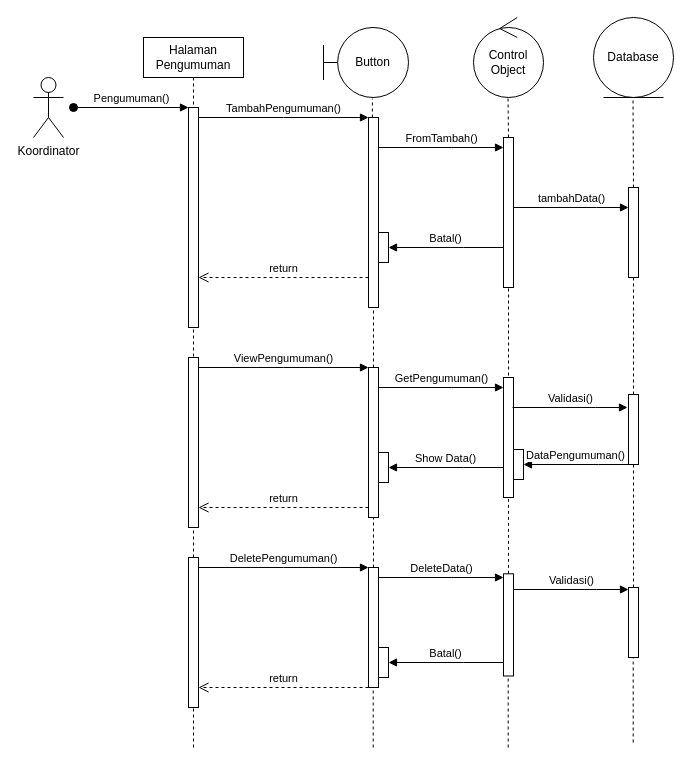
The draw.io diagram Website Bimbingan Online/Sequence Diagram/plotting dosen.drawio in BagusCPaste/draw.io, before the edit. Source tidied: cells renumbered, new cells numbered last; positions are measured from the earlier drawing's top-left corner, leaving out a move shared by most shapes. Both pictures are drawn from the tidied source at 100%, with x=0, y=0 at pixel (33, 17).
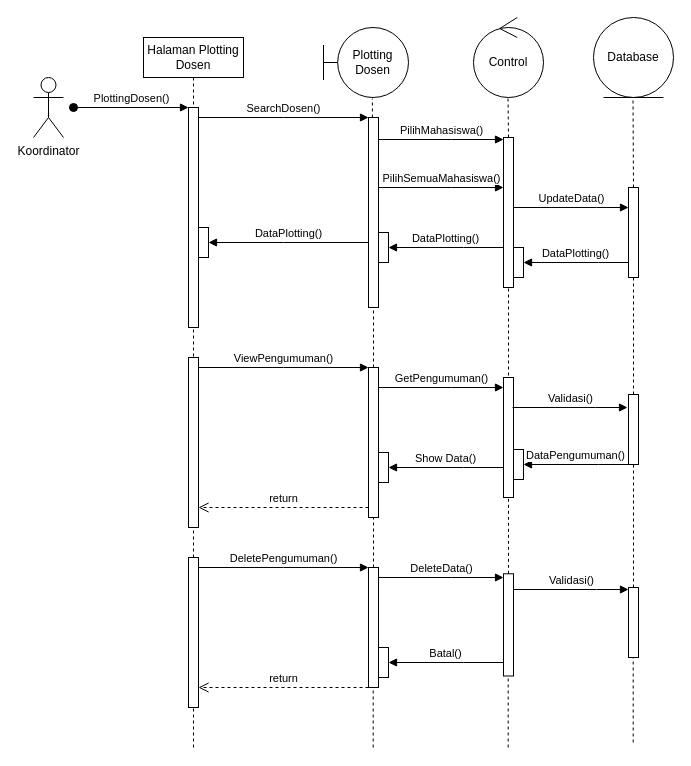
After the change.

Unchanged cells that the change refers to:
```xml
<mxCell id="3" style="html=1;points=[];perimeter=orthogonalPerimeter;outlineConnect=0;targetShapes=umlLifeline;portConstraint=eastwest;newEdgeStyle={&quot;edgeStyle&quot;:&quot;elbowEdgeStyle&quot;,&quot;elbow&quot;:&quot;vertical&quot;,&quot;curved&quot;:0,&quot;rounded&quot;:0};" parent="2" vertex="1">
  <mxGeometry x="45" y="70" width="10" height="220" as="geometry" />
</mxCell>
<mxCell id="8" style="group;" parent="1" vertex="1">
  <mxGeometry x="440" width="70" height="370" as="geometry" />
</mxCell>
<mxCell id="12" style="html=1;points=[[0,0,0,0,5],[0,1,0,0,-5],[1,0,0,0,5],[1,1,0,0,-5]];perimeter=orthogonalPerimeter;outlineConnect=0;targetShapes=umlLifeline;portConstraint=eastwest;newEdgeStyle={&quot;curved&quot;:0,&quot;rounded&quot;:0};" parent="11" vertex="1">
  <mxGeometry width="10" height="150" as="geometry" />
</mxCell>
<mxCell id="30" style="html=1;points=[[0,0,0,0,5],[0,1,0,0,-5],[1,0,0,0,5],[1,1,0,0,-5]];perimeter=orthogonalPerimeter;outlineConnect=0;targetShapes=umlLifeline;portConstraint=eastwest;newEdgeStyle={&quot;curved&quot;:0,&quot;rounded&quot;:0};" parent="1" vertex="1">
  <mxGeometry x="595" y="170" width="10" height="90" as="geometry" />
</mxCell>
<mxCell id="43" style="html=1;points=[];perimeter=orthogonalPerimeter;outlineConnect=0;targetShapes=umlLifeline;portConstraint=eastwest;newEdgeStyle={&quot;edgeStyle&quot;:&quot;elbowEdgeStyle&quot;,&quot;elbow&quot;:&quot;vertical&quot;,&quot;curved&quot;:0,&quot;rounded&quot;:0};" parent="1" vertex="1">
  <mxGeometry x="335" y="100" width="10" height="190" as="geometry" />
</mxCell>
<mxCell id="44" style="html=1;points=[[0,0,0,0,5],[0,1,0,0,-5],[1,0,0,0,5],[1,1,0,0,-5]];perimeter=orthogonalPerimeter;outlineConnect=0;targetShapes=umlLifeline;portConstraint=eastwest;newEdgeStyle={&quot;curved&quot;:0,&quot;rounded&quot;:0};" parent="1" vertex="1">
  <mxGeometry x="345" y="215" width="10" height="30" as="geometry" />
</mxCell>
```

What changed in the source:
```diff
@@
-    <mxCell id="2" value="Halaman Pengumuman" style="shape=umlLifeline;perimeter=lifelinePerimeter;whiteSpace=wrap;html=1;newEdgeStyle={&quot;edgeStyle&quot;:&quot;elbowEdgeStyle&quot;,&quot;elbow&quot;:&quot;vertical&quot;,&quot;curved&quot;:0,&quot;rounded&quot;:0};" parent="1" vertex="1">
+    <mxCell id="2" value="Halaman Plotting Dosen" style="shape=umlLifeline;perimeter=lifelinePerimeter;whiteSpace=wrap;html=1;newEdgeStyle={&quot;edgeStyle&quot;:&quot;elbowEdgeStyle&quot;,&quot;elbow&quot;:&quot;vertical&quot;,&quot;curved&quot;:0,&quot;rounded&quot;:0};" parent="1" vertex="1">
       <mxGeometry x="110" y="20" width="100" height="370" as="geometry" />
     </mxCell>
@@
-    <mxCell id="4" value="Pengumuman()" style="html=1;verticalAlign=bottom;startArrow=oval;endArrow=block;startSize=8;edgeStyle=elbowEdgeStyle;elbow=vertical;curved=0;rounded=0;" parent="2" edge="1" target="3">
+    <mxCell id="4" value="PlottingDosen()" style="html=1;verticalAlign=bottom;startArrow=oval;endArrow=block;startSize=8;edgeStyle=elbowEdgeStyle;elbow=vertical;curved=0;rounded=0;" parent="2" edge="1" target="3">
       <mxGeometry relative="1" as="geometry">
         <mxPoint x="-70" y="70" as="sourcePoint" />
       </mxGeometry>
     </mxCell>
+    <mxCell id="59" style="html=1;points=[[0,0,0,0,5],[0,1,0,0,-5],[1,0,0,0,5],[1,1,0,0,-5]];perimeter=orthogonalPerimeter;outlineConnect=0;targetShapes=umlLifeline;portConstraint=eastwest;newEdgeStyle={&quot;curved&quot;:0,&quot;rounded&quot;:0};" parent="2" vertex="1">
+      <mxGeometry x="55" y="190" width="10" height="30" as="geometry" />
+    </mxCell>
-    <mxCell id="5" value="TambahPengumuman()" style="html=1;verticalAlign=bottom;endArrow=block;edgeStyle=elbowEdgeStyle;elbow=vertical;curved=0;rounded=0;" parent="1" edge="1" source="3" target="43">
+    <mxCell id="5" value="SearchDosen()" style="html=1;verticalAlign=bottom;endArrow=block;edgeStyle=elbowEdgeStyle;elbow=vertical;curved=0;rounded=0;" parent="1" edge="1" source="3" target="43">
       <mxGeometry relative="1" as="geometry">
         <Array as="points">
           <mxPoint x="250" y="100" />
         </Array>
       </mxGeometry>
     </mxCell>
-    <mxCell id="6" value="return" style="html=1;verticalAlign=bottom;endArrow=open;dashed=1;endSize=8;edgeStyle=elbowEdgeStyle;elbow=vertical;curved=0;rounded=0;" parent="1" edge="1" source="43" target="3">
-      <mxGeometry relative="1" as="geometry">
-        <Array as="points">
-          <mxPoint x="260" y="260" />
-        </Array>
-      </mxGeometry>
-    </mxCell>
@@
-    <mxCell id="9" value="Control Object" style="ellipse;shape=umlControl;whiteSpace=wrap;html=1;" parent="8" vertex="1">
+    <mxCell id="9" value="Control" style="ellipse;shape=umlControl;whiteSpace=wrap;html=1;" parent="8" vertex="1">
       <mxGeometry width="70" height="80" as="geometry" />
     </mxCell>
@@
-    <mxCell id="15" value="FromTambah()" style="html=1;verticalAlign=bottom;endArrow=block;edgeStyle=elbowEdgeStyle;elbow=vertical;curved=0;rounded=0;" parent="1" edge="1">
+    <mxCell id="15" value="PilihMahasiswa()" style="html=1;verticalAlign=bottom;endArrow=block;edgeStyle=elbowEdgeStyle;elbow=vertical;curved=0;rounded=0;" parent="1" edge="1">
       <mxGeometry relative="1" as="geometry">
-        <mxPoint x="345" y="130" as="sourcePoint" />
-        <mxPoint x="470" y="130" as="targetPoint" />
+        <mxPoint x="345" y="122" as="sourcePoint" />
+        <mxPoint x="470" y="122" as="targetPoint" />
         <Array as="points">
-          <mxPoint x="418" y="130" />
+          <mxPoint x="418" y="122" />
         </Array>
       </mxGeometry>
     </mxCell>
-    <mxCell id="16" value="tambahData()" style="html=1;verticalAlign=bottom;endArrow=block;edgeStyle=elbowEdgeStyle;elbow=vertical;curved=0;rounded=0;" parent="1" edge="1" source="12" target="30">
+    <mxCell id="16" value="UpdateData()" style="html=1;verticalAlign=bottom;endArrow=block;edgeStyle=elbowEdgeStyle;elbow=vertical;curved=0;rounded=0;" parent="1" edge="1" source="12" target="30">
       <mxGeometry relative="1" as="geometry">
         <Array as="points">
           <mxPoint x="563" y="190" />
         </Array>
       </mxGeometry>
     </mxCell>
@@
-    <mxCell id="19" value="Batal()" style="html=1;verticalAlign=bottom;endArrow=block;edgeStyle=elbowEdgeStyle;elbow=horizontal;curved=0;rounded=0;" parent="1" edge="1" target="44">
+    <mxCell id="19" value="DataPlotting()" style="html=1;verticalAlign=bottom;endArrow=block;edgeStyle=elbowEdgeStyle;elbow=horizontal;curved=0;rounded=0;" parent="1" edge="1" target="44">
       <mxGeometry relative="1" as="geometry">
         <mxPoint x="470" y="230" as="sourcePoint" />
         <Array as="points">
           <mxPoint x="430" y="230" />
         </Array>
       </mxGeometry>
     </mxCell>
@@
-    <mxCell id="42" value="Button" style="shape=umlBoundary;whiteSpace=wrap;html=1;" parent="1" vertex="1">
+    <mxCell id="42" value="Plotting Dosen" style="shape=umlBoundary;whiteSpace=wrap;html=1;" parent="1" vertex="1">
       <mxGeometry x="290" y="10" width="85" height="70" as="geometry" />
     </mxCell>
@@
+    <mxCell id="60" value="PilihSemuaMahasiswa()" style="html=1;verticalAlign=bottom;endArrow=block;edgeStyle=elbowEdgeStyle;elbow=vertical;curved=0;rounded=0;" parent="1" edge="1">
+      <mxGeometry relative="1" as="geometry">
+        <mxPoint x="345" y="170" as="sourcePoint" />
+        <mxPoint x="470" y="170" as="targetPoint" />
+        <Array as="points">
+          <mxPoint x="418" y="170" />
+        </Array>
+      </mxGeometry>
+    </mxCell>
+    <mxCell id="61" value="DataPlotting()" style="html=1;verticalAlign=bottom;endArrow=block;edgeStyle=elbowEdgeStyle;elbow=vertical;curved=0;rounded=0;" parent="1" edge="1" target="62">
+      <mxGeometry relative="1" as="geometry">
+        <mxPoint x="595" y="245" as="sourcePoint" />
+        <Array as="points">
+          <mxPoint x="565" y="245" />
+        </Array>
+      </mxGeometry>
+    </mxCell>
+    <mxCell id="62" style="html=1;points=[[0,0,0,0,5],[0,1,0,0,-5],[1,0,0,0,5],[1,1,0,0,-5]];perimeter=orthogonalPerimeter;outlineConnect=0;targetShapes=umlLifeline;portConstraint=eastwest;newEdgeStyle={&quot;curved&quot;:0,&quot;rounded&quot;:0};" parent="1" vertex="1">
+      <mxGeometry x="480" y="230" width="10" height="30" as="geometry" />
+    </mxCell>
+    <mxCell id="63" value="DataPlotting()" style="html=1;verticalAlign=bottom;endArrow=block;edgeStyle=elbowEdgeStyle;elbow=vertical;curved=0;rounded=0;" parent="1" edge="1" source="43" target="59">
+      <mxGeometry relative="1" as="geometry">
+        <Array as="points">
+          <mxPoint x="250" y="225" />
+        </Array>
+      </mxGeometry>
+    </mxCell>
```
